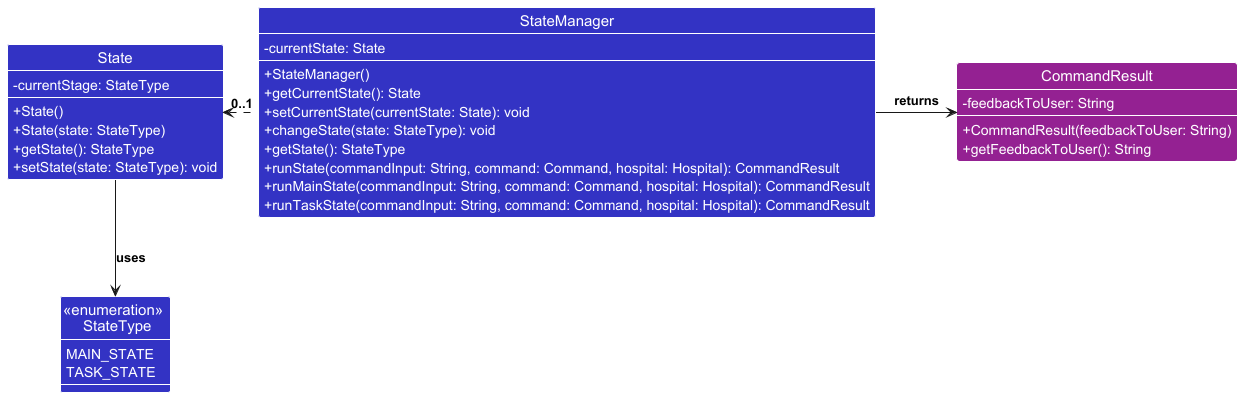
nus-cs2113-AY2425S1/tp keeps this PlantUML diagram as docs/images/StateManagerClassDiagram.png. Above is the earlier version.
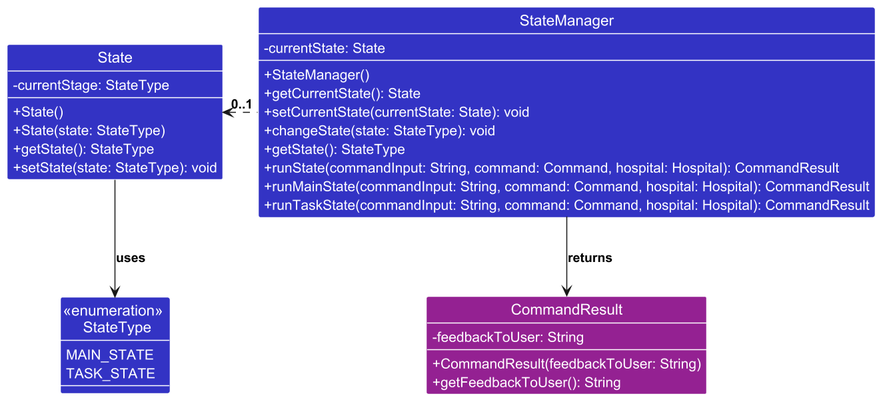
The same diagram one commit later.

Change to the diagram source:
```diff
@@ -1,6 +1,7 @@
 @startuml
 
 !include style.puml
+scale 1.5
 
 class StateManager LOGIC_COLOR {
     - currentState: State
@@ -35,6 +36,6 @@
 
 StateManager .left.> "0..1" State
 State --> StateType : "uses"
-StateManager -right-> CommandResult : "returns"
+StateManager -down-> CommandResult : "returns"
 
 @enduml
```
